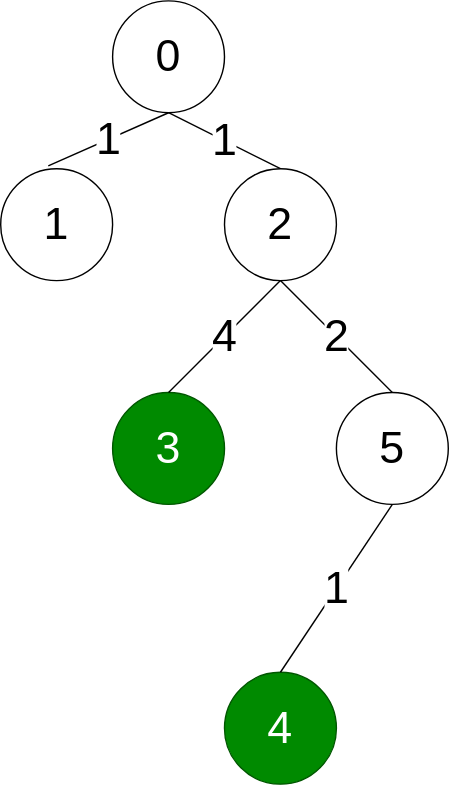
Before: lib/cpalgo/tree/tests/diameter_testcase1.drawio.svg, a diagram exported from draw.io (xirc/cp-algorithm). Source tidied: cells renumbered, new cells last; positions are measured from the earlier drawing's top-left corner, leaving out a move shared by most shapes.
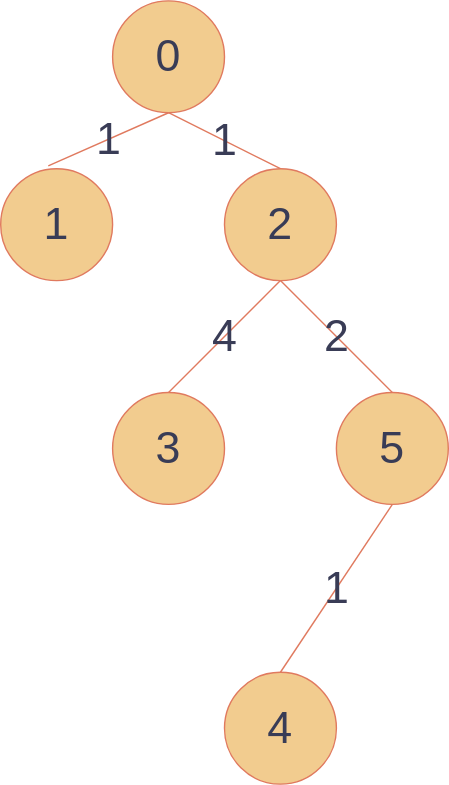
The same diagram one commit later.

What changed in the source:
```diff
@@ -1,38 +1,38 @@
-<mxGraphModel>
+<mxGraphModel background="#FFFFFF">
   <root>
     <mxCell id="0" />
     <mxCell id="1" parent="0" />
-    <mxCell id="2" value="0" style="ellipse;whiteSpace=wrap;html=1;fontSize=32;" parent="1" vertex="1">
+    <mxCell id="2" value="0" style="ellipse;whiteSpace=wrap;html=1;fontSize=32;fillColor=#F2CC8F;strokeColor=#E07A5F;fontColor=#393C56;" parent="1" vertex="1">
       <mxGeometry x="80" width="80" height="80" as="geometry" />
     </mxCell>
-    <mxCell id="3" value="1" style="ellipse;whiteSpace=wrap;html=1;fontSize=32;" parent="1" vertex="1">
+    <mxCell id="3" value="1" style="ellipse;whiteSpace=wrap;html=1;fontSize=32;fillColor=#F2CC8F;strokeColor=#E07A5F;fontColor=#393C56;" parent="1" vertex="1">
       <mxGeometry y="120" width="80" height="80" as="geometry" />
     </mxCell>
-    <mxCell id="4" value="2" style="ellipse;whiteSpace=wrap;html=1;fontSize=32;" parent="1" vertex="1">
+    <mxCell id="4" value="2" style="ellipse;whiteSpace=wrap;html=1;fontSize=32;fillColor=#F2CC8F;strokeColor=#E07A5F;fontColor=#393C56;" parent="1" vertex="1">
       <mxGeometry x="160" y="120" width="80" height="80" as="geometry" />
     </mxCell>
-    <mxCell id="5" value="3" style="ellipse;whiteSpace=wrap;html=1;fontSize=32;fillColor=#008a00;strokeColor=#005700;fontColor=#ffffff;" parent="1" vertex="1">
+    <mxCell id="5" value="3" style="ellipse;whiteSpace=wrap;html=1;fontSize=32;fillColor=#F2CC8F;strokeColor=#E07A5F;fontColor=#393C56;" parent="1" vertex="1">
       <mxGeometry x="80" y="280" width="80" height="80" as="geometry" />
     </mxCell>
-    <mxCell id="6" value="5" style="ellipse;whiteSpace=wrap;html=1;fontSize=32;" parent="1" vertex="1">
+    <mxCell id="6" value="5" style="ellipse;whiteSpace=wrap;html=1;fontSize=32;fillColor=#F2CC8F;strokeColor=#E07A5F;fontColor=#393C56;" parent="1" vertex="1">
       <mxGeometry x="240" y="280" width="80" height="80" as="geometry" />
     </mxCell>
-    <mxCell id="7" value="4" style="ellipse;whiteSpace=wrap;html=1;fontSize=32;fillColor=#008a00;strokeColor=#005700;fontColor=#ffffff;" parent="1" vertex="1">
+    <mxCell id="7" value="4" style="ellipse;whiteSpace=wrap;html=1;fontSize=32;fillColor=#F2CC8F;strokeColor=#E07A5F;fontColor=#393C56;" parent="1" vertex="1">
       <mxGeometry x="160" y="480" width="80" height="80" as="geometry" />
     </mxCell>
-    <mxCell id="8" value="1" style="endArrow=none;html=1;fontSize=32;exitX=0.425;exitY=-0.025;exitDx=0;exitDy=0;entryX=0.5;entryY=1;entryDx=0;entryDy=0;exitPerimeter=0;" parent="1" edge="1" source="3" target="2">
+    <mxCell id="8" value="1" style="endArrow=none;html=1;fontSize=32;exitX=0.425;exitY=-0.025;exitDx=0;exitDy=0;entryX=0.5;entryY=1;entryDx=0;entryDy=0;exitPerimeter=0;labelBackgroundColor=none;strokeColor=#E07A5F;fontColor=#393C56;" parent="1" edge="1" source="3" target="2">
       <mxGeometry relative="1" as="geometry" />
     </mxCell>
-    <mxCell id="9" value="1" style="endArrow=none;html=1;fontSize=32;entryX=0.5;entryY=1;entryDx=0;entryDy=0;exitX=0.5;exitY=0;exitDx=0;exitDy=0;" parent="1" edge="1" source="4" target="2">
+    <mxCell id="9" value="1" style="endArrow=none;html=1;fontSize=32;entryX=0.5;entryY=1;entryDx=0;entryDy=0;exitX=0.5;exitY=0;exitDx=0;exitDy=0;labelBackgroundColor=none;strokeColor=#E07A5F;fontColor=#393C56;" parent="1" edge="1" source="4" target="2">
       <mxGeometry relative="1" as="geometry" />
     </mxCell>
-    <mxCell id="10" value="4" style="endArrow=none;html=1;fontSize=32;exitX=0.5;exitY=0;exitDx=0;exitDy=0;entryX=0.5;entryY=1;entryDx=0;entryDy=0;strokeWidth=1;" parent="1" edge="1" source="5" target="4">
+    <mxCell id="10" value="4" style="endArrow=none;html=1;fontSize=32;exitX=0.5;exitY=0;exitDx=0;exitDy=0;entryX=0.5;entryY=1;entryDx=0;entryDy=0;strokeWidth=1;labelBackgroundColor=none;strokeColor=#E07A5F;fontColor=#393C56;" parent="1" edge="1" source="5" target="4">
       <mxGeometry relative="1" as="geometry" />
     </mxCell>
-    <mxCell id="11" value="2" style="endArrow=none;html=1;fontSize=32;exitX=0.5;exitY=0;exitDx=0;exitDy=0;entryX=0.5;entryY=1;entryDx=0;entryDy=0;strokeWidth=1;" parent="1" edge="1" source="6" target="4">
+    <mxCell id="11" value="2" style="endArrow=none;html=1;fontSize=32;exitX=0.5;exitY=0;exitDx=0;exitDy=0;entryX=0.5;entryY=1;entryDx=0;entryDy=0;strokeWidth=1;labelBackgroundColor=none;strokeColor=#E07A5F;fontColor=#393C56;" parent="1" edge="1" source="6" target="4">
       <mxGeometry relative="1" as="geometry" />
     </mxCell>
-    <mxCell id="12" value="1" style="endArrow=none;html=1;fontSize=32;exitX=0.5;exitY=0;exitDx=0;exitDy=0;entryX=0.5;entryY=1;entryDx=0;entryDy=0;strokeWidth=1;" parent="1" edge="1" source="7" target="6">
+    <mxCell id="12" value="1" style="endArrow=none;html=1;fontSize=32;exitX=0.5;exitY=0;exitDx=0;exitDy=0;entryX=0.5;entryY=1;entryDx=0;entryDy=0;strokeWidth=1;labelBackgroundColor=none;strokeColor=#E07A5F;fontColor=#393C56;" parent="1" edge="1" source="7" target="6">
       <mxGeometry relative="1" as="geometry" />
     </mxCell>
   </root>
```
